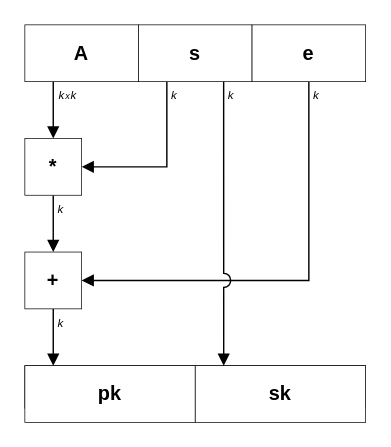
This is pictures/kyber_keygen.drawio from SamoKopecky/diploma-thesis-latex, a draw.io file, before an edit. Source tidied: cells renumbered, new cells numbered last; positions are measured from the earlier drawing's top-left corner, leaving out a move shared by most shapes. Both pictures are drawn from the tidied source at 142%, with x=0, y=0 at pixel (24, 24).
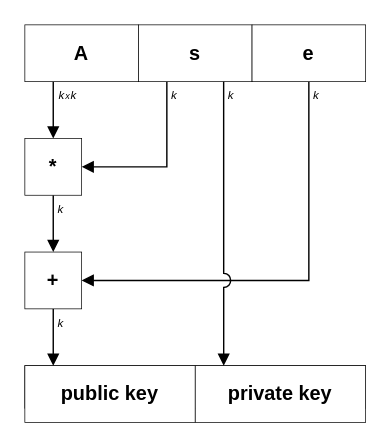
The same page after the edit.

Change to the diagram source:
```diff
@@
-    <mxCell id="3" value="&lt;b&gt;pk&lt;/b&gt;" style="rounded=0;whiteSpace=wrap;html=1;strokeWidth=0.5;fontFamily=Helvetica;fontSize=14;fillColor=default;" parent="1" vertex="1">
+    <mxCell id="3" value="&lt;b&gt;public key&lt;/b&gt;" style="rounded=0;whiteSpace=wrap;html=1;strokeWidth=0.5;fontFamily=Helvetica;fontSize=14;fillColor=default;" parent="1" vertex="1">
       <mxGeometry y="240" width="120" height="40" as="geometry" />
     </mxCell>
-    <mxCell id="4" value="&lt;b&gt;sk&lt;/b&gt;" style="rounded=0;whiteSpace=wrap;html=1;strokeWidth=0.5;fontFamily=Helvetica;fontSize=14;fillColor=default;" parent="1" vertex="1">
+    <mxCell id="4" value="&lt;b&gt;private key&lt;/b&gt;" style="rounded=0;whiteSpace=wrap;html=1;strokeWidth=0.5;fontFamily=Helvetica;fontSize=14;fillColor=default;" parent="1" vertex="1">
       <mxGeometry x="120" y="240" width="120" height="40" as="geometry" />
     </mxCell>
```
